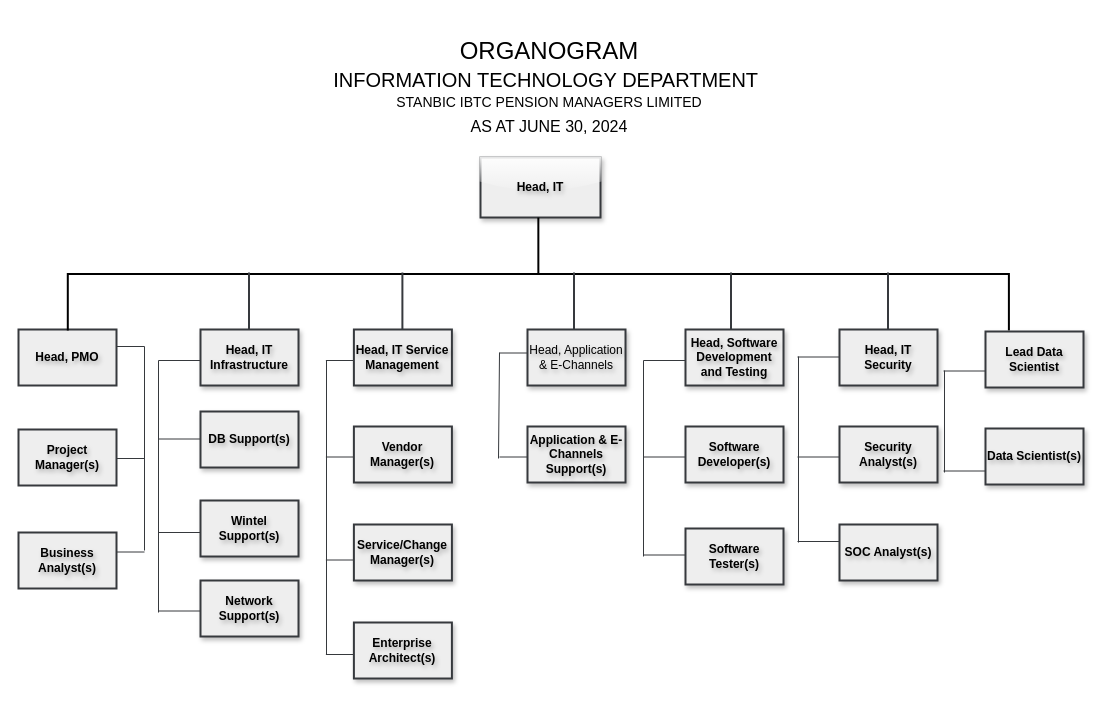
Above: organogram.drawio in Great-B/standard-arch-diagrams (draw.io), before the change. Source tidied: cells renumbered, new cells numbered last; positions are measured from the earlier drawing's top-left corner, leaving out a move shared by most shapes. Both pictures are drawn from the tidied source at 100%, with x=0, y=0 at pixel (18, -197).
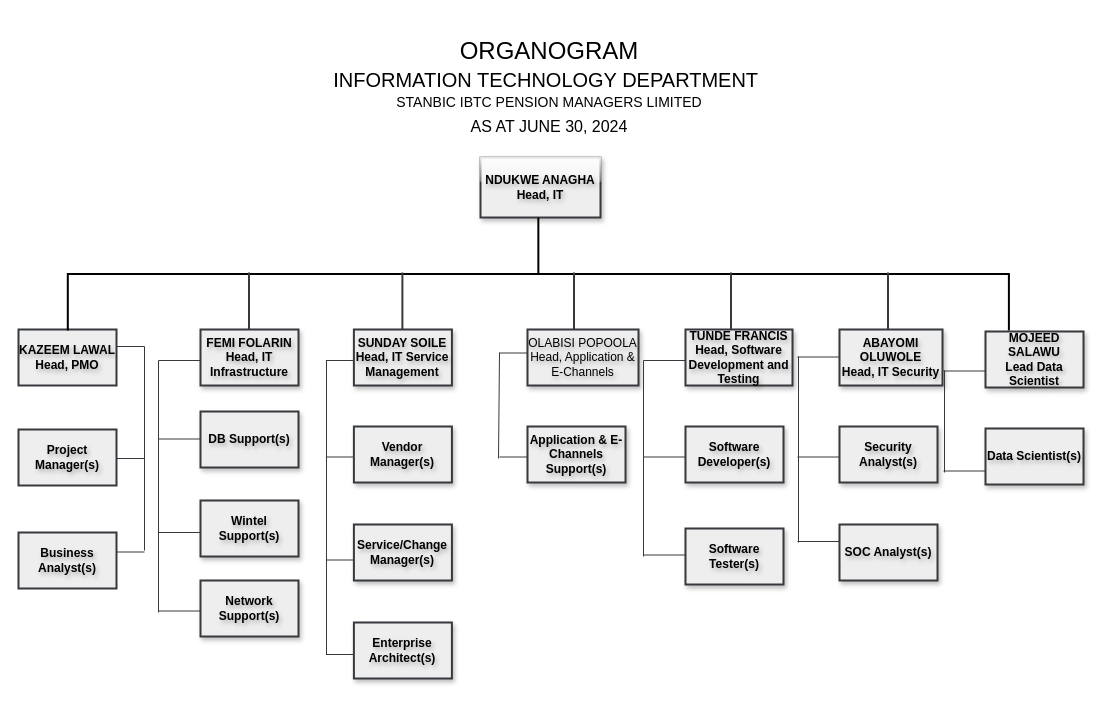
The same diagram, later.

Unchanged cells that the change refers to:
```xml
<mxCell id="2" style="group;" parent="1" vertex="1">
  <mxGeometry y="214" width="1065" height="661" as="geometry" />
</mxCell>
```

Change to the diagram source:
```diff
@@
-    <mxCell id="3" value="&lt;b&gt;Head, IT&lt;/b&gt;" style="rounded=0;whiteSpace=wrap;html=1;strokeWidth=2;perimeterSpacing=0;glass=1;shadow=1;fontStyle=0;fillColor=#eeeeee;strokeColor=#36393d;textShadow=1;" parent="2" vertex="1">
+    <mxCell id="3" value="&lt;b&gt;NDUKWE ANAGHA&lt;br&gt;Head, IT&lt;/b&gt;" style="rounded=0;whiteSpace=wrap;html=1;strokeWidth=2;perimeterSpacing=0;glass=1;shadow=1;fontStyle=0;fillColor=#eeeeee;strokeColor=#36393d;textShadow=1;" parent="2" vertex="1">
       <mxGeometry x="462" y="140" width="120" height="60" as="geometry" />
     </mxCell>
@@
-    <mxCell id="5" value="&lt;b&gt;Head, PMO&lt;/b&gt;" style="rounded=0;whiteSpace=wrap;html=1;strokeWidth=2;perimeterSpacing=0;glass=0;shadow=0;fontStyle=0;textShadow=1;fillColor=#eeeeee;strokeColor=#36393d;" parent="2" vertex="1">
+    <mxCell id="5" value="&lt;b&gt;KAZEEM LAWAL&lt;br&gt;Head, PMO&lt;/b&gt;" style="rounded=0;whiteSpace=wrap;html=1;strokeWidth=2;perimeterSpacing=0;glass=0;shadow=0;fontStyle=0;textShadow=1;fillColor=#eeeeee;strokeColor=#36393d;" parent="2" vertex="1">
       <mxGeometry y="312" width="98" height="56" as="geometry" />
     </mxCell>
-    <mxCell id="6" value="&lt;b&gt;Head, IT Infrastructure&lt;/b&gt;" style="rounded=0;whiteSpace=wrap;html=1;strokeWidth=2;perimeterSpacing=0;glass=0;shadow=1;fontStyle=0;textShadow=1;fillColor=#eeeeee;strokeColor=#36393d;" parent="2" vertex="1">
+    <mxCell id="6" value="&lt;b&gt;FEMI FOLARIN&lt;br&gt;Head, IT Infrastructure&lt;/b&gt;" style="rounded=0;whiteSpace=wrap;html=1;strokeWidth=2;perimeterSpacing=0;glass=0;shadow=1;fontStyle=0;textShadow=1;fillColor=#eeeeee;strokeColor=#36393d;" parent="2" vertex="1">
       <mxGeometry x="182" y="312" width="98" height="56" as="geometry" />
     </mxCell>
-    <mxCell id="7" value="&lt;b&gt;Head, IT Service Management&lt;/b&gt;" style="rounded=0;whiteSpace=wrap;html=1;strokeWidth=2;perimeterSpacing=0;glass=0;shadow=1;fontStyle=0;textShadow=1;fillColor=#eeeeee;strokeColor=#36393d;" parent="2" vertex="1">
+    <mxCell id="7" value="&lt;b&gt;SUNDAY SOILE&lt;br&gt;Head, IT Service Management&lt;/b&gt;" style="rounded=0;whiteSpace=wrap;html=1;strokeWidth=2;perimeterSpacing=0;glass=0;shadow=1;fontStyle=0;textShadow=1;fillColor=#eeeeee;strokeColor=#36393d;" parent="2" vertex="1">
       <mxGeometry x="335.4" y="312" width="98" height="56" as="geometry" />
     </mxCell>
-    <mxCell id="8" value="Head, Application &amp;amp; E-Channels" style="rounded=0;strokeWidth=2;perimeterSpacing=0;glass=0;shadow=1;fontStyle=0;textShadow=1;whiteSpace=wrap;html=1;fillColor=#eeeeee;strokeColor=#36393d;" parent="2" vertex="1">
-      <mxGeometry x="509" y="312" width="98" height="56" as="geometry" />
+    <mxCell id="8" value="OLABISI POPOOLA&lt;br&gt;Head, Application &amp;amp; E-Channels" style="rounded=0;strokeWidth=2;perimeterSpacing=0;glass=0;shadow=1;fontStyle=0;textShadow=1;whiteSpace=wrap;html=1;fillColor=#eeeeee;strokeColor=#36393d;" parent="2" vertex="1">
+      <mxGeometry x="509" y="312" width="111" height="56" as="geometry" />
     </mxCell>
-    <mxCell id="9" value="&lt;b&gt;Head, Software Development and Testing&lt;/b&gt;" style="rounded=0;whiteSpace=wrap;html=1;strokeWidth=2;perimeterSpacing=0;glass=0;shadow=1;fontStyle=0;textShadow=1;fillColor=#eeeeee;strokeColor=#36393d;" parent="2" vertex="1">
-      <mxGeometry x="667" y="312" width="98" height="56" as="geometry" />
+    <mxCell id="9" value="&lt;b&gt;TUNDE FRANCIS&lt;br&gt;Head, Software Development and Testing&lt;/b&gt;" style="rounded=0;whiteSpace=wrap;html=1;strokeWidth=2;perimeterSpacing=0;glass=0;shadow=1;fontStyle=0;textShadow=1;fillColor=#eeeeee;strokeColor=#36393d;" parent="2" vertex="1">
+      <mxGeometry x="667" y="312" width="107" height="56" as="geometry" />
     </mxCell>
-    <mxCell id="10" value="&lt;b&gt;Head, IT Security&lt;/b&gt;" style="rounded=0;whiteSpace=wrap;html=1;strokeWidth=2;perimeterSpacing=0;glass=0;shadow=1;fontStyle=0;textShadow=1;fillColor=#eeeeee;strokeColor=#36393d;" parent="2" vertex="1">
-      <mxGeometry x="821" y="312" width="98" height="56" as="geometry" />
+    <mxCell id="10" value="&lt;div style=&quot;&quot;&gt;&lt;b style=&quot;background-color: initial;&quot;&gt;ABAYOMI OLUWOLE&lt;/b&gt;&lt;/div&gt;&lt;b&gt;&lt;div style=&quot;&quot;&gt;&lt;b style=&quot;background-color: initial;&quot;&gt;Head, IT Security&lt;/b&gt;&lt;/div&gt;&lt;/b&gt;" style="rounded=0;whiteSpace=wrap;html=1;strokeWidth=2;perimeterSpacing=0;glass=0;shadow=1;fontStyle=0;textShadow=1;fillColor=#eeeeee;strokeColor=#36393d;align=center;" parent="2" vertex="1">
+      <mxGeometry x="821" y="312" width="103" height="56" as="geometry" />
     </mxCell>
@@
-    <mxCell id="54" value="&lt;b&gt;Lead Data Scientist&lt;/b&gt;" style="rounded=0;whiteSpace=wrap;html=1;strokeWidth=2;perimeterSpacing=0;glass=0;shadow=1;fontStyle=0;textShadow=1;fillColor=#eeeeee;strokeColor=#36393d;" parent="2" vertex="1">
+    <mxCell id="54" value="&lt;b&gt;MOJEED SALAWU&lt;br&gt;Lead Data Scientist&lt;/b&gt;" style="rounded=0;whiteSpace=wrap;html=1;strokeWidth=2;perimeterSpacing=0;glass=0;shadow=1;fontStyle=0;textShadow=1;fillColor=#eeeeee;strokeColor=#36393d;align=center;" parent="2" vertex="1">
       <mxGeometry x="967" y="314" width="98" height="56" as="geometry" />
     </mxCell>
```
